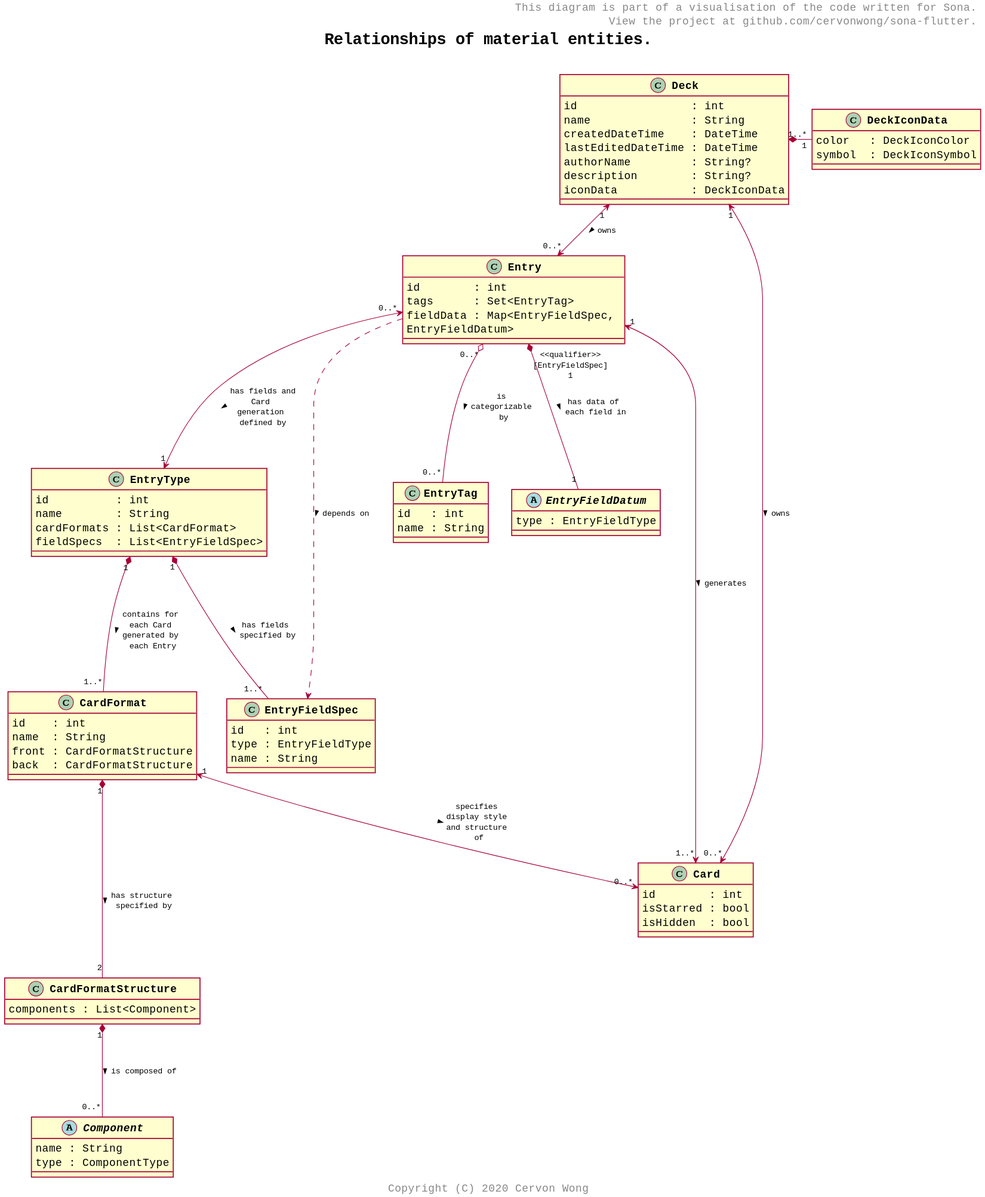
Above: puml/material_entities.svg in cervonwong/sona-flutter (PlantUML), before the change. Source of this version:
```plantuml
@startuml
skinparam classAttributeIconSize 0
skinparam wrapWidth 400

skinparam maxMessageSize 100
skinparam shadowing false
skinparam defaultFontName monospaced
skinparam defaultFontSize 16
skinparam classFontStyle bold
skinparam arrowFontSize 12
skinparam titleFontSize 24
skinparam titleFontStyle bold

header This diagram is part of a visualisation of the code written for Sona.\n View the project at github.com/cervonwong/sona-flutter.
title Relationships of material entities.\n
footer Copyright (C) 2020 Cervon Wong

class Card {
	id        : int
	isStarred : bool
	isHidden  : bool
}

class Entry {
	id        : int
	tags      : Set<EntryTag>
	fieldData : Map<EntryFieldSpec, EntryFieldDatum>
}

class Deck {
	id                 : int
	name               : String
	createdDateTime    : DateTime
	lastEditedDateTime : DateTime
	authorName         : String?
	description        : String?
	iconData           : DeckIconData
}

class DeckIconData {
	color   : DeckIconColor
	symbol  : DeckIconSymbol
}

class EntryTag {
	id   : int
	name : String
}

abstract class EntryFieldDatum {
	type : EntryFieldType
}

class EntryType {
	id          : int
	name        : String
	cardFormats : List<CardFormat>
	fieldSpecs  : List<EntryFieldSpec>
}

class EntryFieldSpec {
	id   : int
	type : EntryFieldType
	name : String
}

class CardFormat {
	id    : int
	name  : String
	front : CardFormatStructure
	back  : CardFormatStructure
}

class CardFormatStructure {
	components : List<Component>
}

abstract class Component {
	name : String
	type : ComponentType
}

Deck 				"1..*"								 *-   "1"    DeckIconData
Deck                "1"                                  <--> "0..*" Entry               : owns >
Entry               "1"                                  <--> "1..*" Card                : generates >
Deck                "1"                                  <--> "0..*" Card                : owns >
Entry               "0..*"                               o--- "0..*" EntryTag            : is categorizable by >
Entry               "<<qualifier>>\n[EntryFieldSpec]\n1" *--- "1"    EntryFieldDatum     : has data of each field in >
Entry                                                    ..>         EntryFieldSpec      : depends on >
Entry               "0..*"                               <---> "1"   EntryType           : has fields and Card generation defined by >
EntryType           "1"                                  *--- "1..*" CardFormat          : contains for each Card generated by each Entry >
CardFormat          "1"                                  <--> "0..*" Card                : specifies display style and structure of >
EntryType           "1"                                  *--- "1..*" EntryFieldSpec      : has fields specified by >
CardFormat          "1"                                  *--- "2"    CardFormatStructure : has structure specified by >
CardFormatStructure "1"                                  *--- "0..*" Component           : is composed of >

@enduml
```
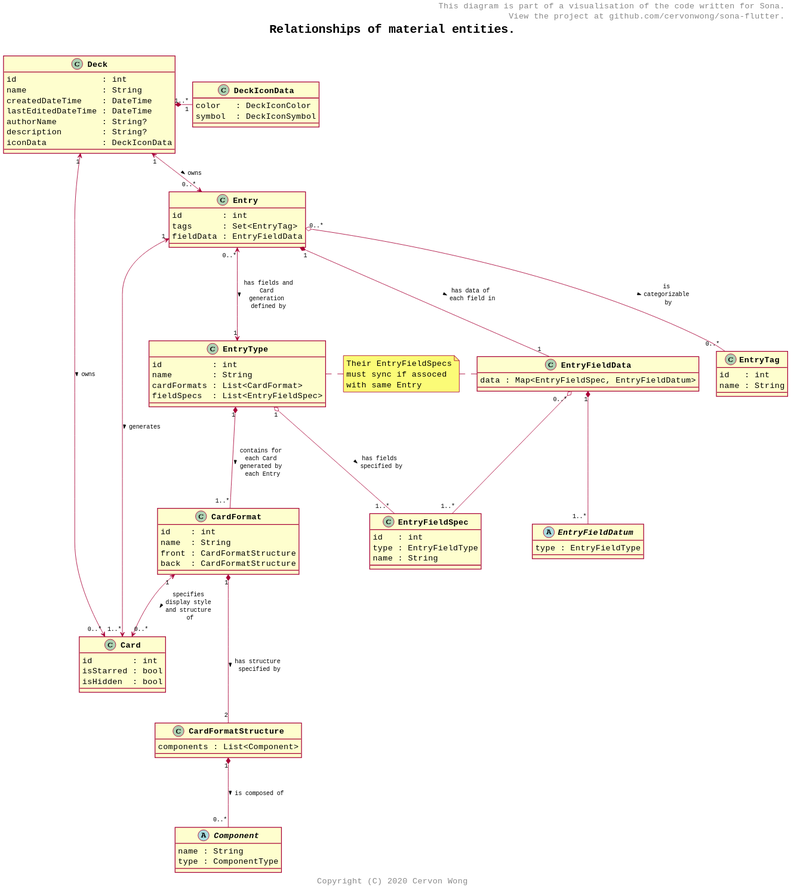
The same file after the commit.

Commit message:
Docs(puml): Update diagram to show extraction of EntryFieldData

What changed in the source:
```diff
@@ -1,6 +1,4 @@
 @startuml
-skinparam classAttributeIconSize 0
-skinparam wrapWidth 400
 
 skinparam maxMessageSize 100
 skinparam shadowing false
@@ -24,7 +22,7 @@
 class Entry {
 	id        : int
 	tags      : Set<EntryTag>
-	fieldData : Map<EntryFieldSpec, EntryFieldDatum>
+	fieldData : EntryFieldData
 }
 
 class Deck {
@@ -64,6 +62,10 @@
 	name : String
 }
 
+class EntryFieldData {
+    data : Map<EntryFieldSpec, EntryFieldDatum>
+}
+
 class CardFormat {
 	id    : int
 	name  : String
@@ -80,18 +82,22 @@
 	type : ComponentType
 }
 
-Deck 				"1..*"								 *-   "1"    DeckIconData
-Deck                "1"                                  <--> "0..*" Entry               : owns >
-Entry               "1"                                  <--> "1..*" Card                : generates >
-Deck                "1"                                  <--> "0..*" Card                : owns >
-Entry               "0..*"                               o--- "0..*" EntryTag            : is categorizable by >
-Entry               "<<qualifier>>\n[EntryFieldSpec]\n1" *--- "1"    EntryFieldDatum     : has data of each field in >
-Entry                                                    ..>         EntryFieldSpec      : depends on >
-Entry               "0..*"                               <---> "1"   EntryType           : has fields and Card generation defined by >
-EntryType           "1"                                  *--- "1..*" CardFormat          : contains for each Card generated by each Entry >
-CardFormat          "1"                                  <--> "0..*" Card                : specifies display style and structure of >
-EntryType           "1"                                  *--- "1..*" EntryFieldSpec      : has fields specified by >
-CardFormat          "1"                                  *--- "2"    CardFormatStructure : has structure specified by >
-CardFormatStructure "1"                                  *--- "0..*" Component           : is composed of >
+Deck 				"1..*" *-   "1"    DeckIconData
+Deck                "1"    <--> "0..*" Entry               : owns >
+Entry               "1"    <--> "1..*" Card                : generates >
+Deck                "1"    <--> "0..*" Card                : owns >
+Entry               "0..*" o--- "0..*" EntryTag            : is categorizable by >
+Entry               "1"    *--- "1"    EntryFieldData      : has data of each field in >
+EntryFieldData      "0..*" o--- "1..*" EntryFieldSpec
+EntryFieldData      "1"    *--- "1..*" EntryFieldDatum
+Entry               "0..*" <---> "1"   EntryType           : has fields and Card generation defined by >
+EntryType           "1"    *--- "1..*" CardFormat          : contains for each Card generated by each Entry >
+CardFormat          "1"    <--> "0..*" Card                : specifies display style and structure of >
+EntryType           "1"    o--- "1..*" EntryFieldSpec      : has fields specified by >
+CardFormat          "1"    *--- "2"    CardFormatStructure : has structure specified by >
+CardFormatStructure "1"    *--- "0..*" Component           : is composed of >
 
+note "Their EntryFieldSpecs\nmust sync if assoced\nwith same Entry" as n1
+EntryType . n1
+n1 . EntryFieldData
 @enduml
```
